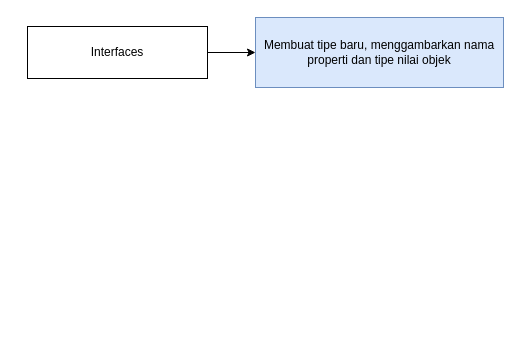
The draw.io diagram page "Interfaces" (5 of 6) of Typescript.drawio in imbarwinata/typescript, before the edit. Source tidied: cells renumbered, new cells numbered last; positions are measured from the earlier drawing's top-left corner, leaving out a move shared by most shapes. Both pictures are drawn from the tidied source at 100%, with x=0, y=0 at pixel (27, 17).
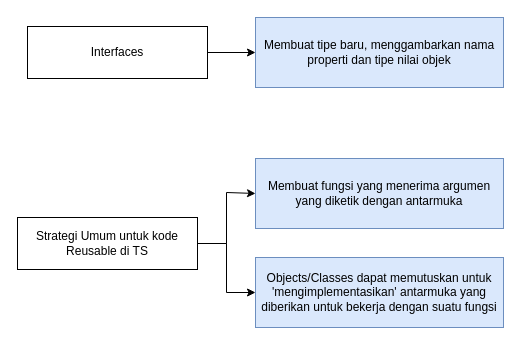
After the change.

Change to the diagram source:
```diff
@@
 <mxGraphModel>
   <root>
     <mxCell id="0" />
     <mxCell id="1" parent="0" />
     <mxCell id="2" style="edgeStyle=orthogonalEdgeStyle;rounded=0;jettySize=auto;html=1;exitX=1;exitY=0.5;exitDx=0;exitDy=0;" parent="1" edge="1" source="3" target="4">
       <mxGeometry relative="1" as="geometry" />
     </mxCell>
     <mxCell id="3" value="Interfaces" style="rounded=0;whiteSpace=wrap;html=1;" parent="1" vertex="1">
       <mxGeometry y="9" width="180" height="52" as="geometry" />
     </mxCell>
     <mxCell id="4" value="Membuat tipe baru, menggambarkan nama properti dan tipe nilai objek" style="rounded=0;whiteSpace=wrap;html=1;fillColor=#dae8fc;strokeColor=#6c8ebf;" parent="1" vertex="1">
       <mxGeometry x="228" width="248" height="70" as="geometry" />
     </mxCell>
+    <mxCell id="5" style="edgeStyle=orthogonalEdgeStyle;rounded=0;jettySize=auto;html=1;exitX=1;exitY=0.5;exitDx=0;exitDy=0;entryX=0;entryY=0.5;entryDx=0;entryDy=0;" parent="1" edge="1" source="7" target="8">
+      <mxGeometry relative="1" as="geometry">
+        <Array as="points">
+          <mxPoint x="199" y="226" />
+          <mxPoint x="199" y="175" />
+        </Array>
+      </mxGeometry>
+    </mxCell>
+    <mxCell id="6" style="edgeStyle=orthogonalEdgeStyle;rounded=0;jettySize=auto;html=1;exitX=1;exitY=0.5;exitDx=0;exitDy=0;" parent="1" edge="1" source="7" target="9">
+      <mxGeometry relative="1" as="geometry" />
+    </mxCell>
+    <mxCell id="7" value="Strategi Umum untuk kode Reusable di TS" style="rounded=0;whiteSpace=wrap;html=1;" parent="1" vertex="1">
+      <mxGeometry x="-10" y="200" width="180" height="52" as="geometry" />
+    </mxCell>
+    <mxCell id="8" value="Membuat fungsi yang menerima argumen yang diketik dengan antarmuka" style="rounded=0;whiteSpace=wrap;html=1;fillColor=#dae8fc;strokeColor=#6c8ebf;" parent="1" vertex="1">
+      <mxGeometry x="228" y="141" width="248" height="70" as="geometry" />
+    </mxCell>
+    <mxCell id="9" value="Objects/Classes dapat memutuskan untuk 'mengimplementasikan' antarmuka yang diberikan untuk bekerja dengan suatu fungsi" style="rounded=0;whiteSpace=wrap;html=1;fillColor=#dae8fc;strokeColor=#6c8ebf;" parent="1" vertex="1">
+      <mxGeometry x="228" y="240" width="248" height="70" as="geometry" />
+    </mxCell>
   </root>
 </mxGraphModel>
```
